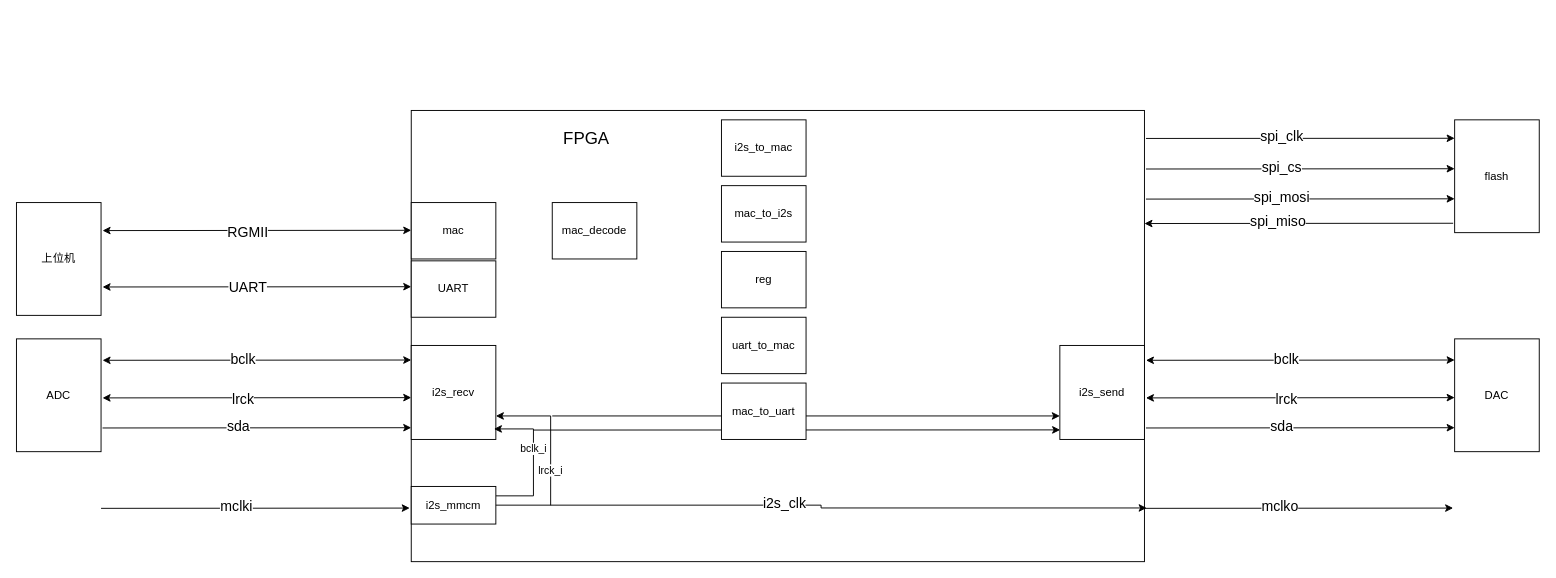
The draw.io diagram page "数据流" (5 of 5) of Audio-Ethernet.drawio in gdhzyz/draws, before the edit. Source tidied: cells renumbered, new cells numbered last; positions are measured from the earlier drawing's top-left corner, leaving out a move shared by most shapes. Both pictures are drawn from the tidied source at 94%, with x=0, y=0 at pixel (16, 110).
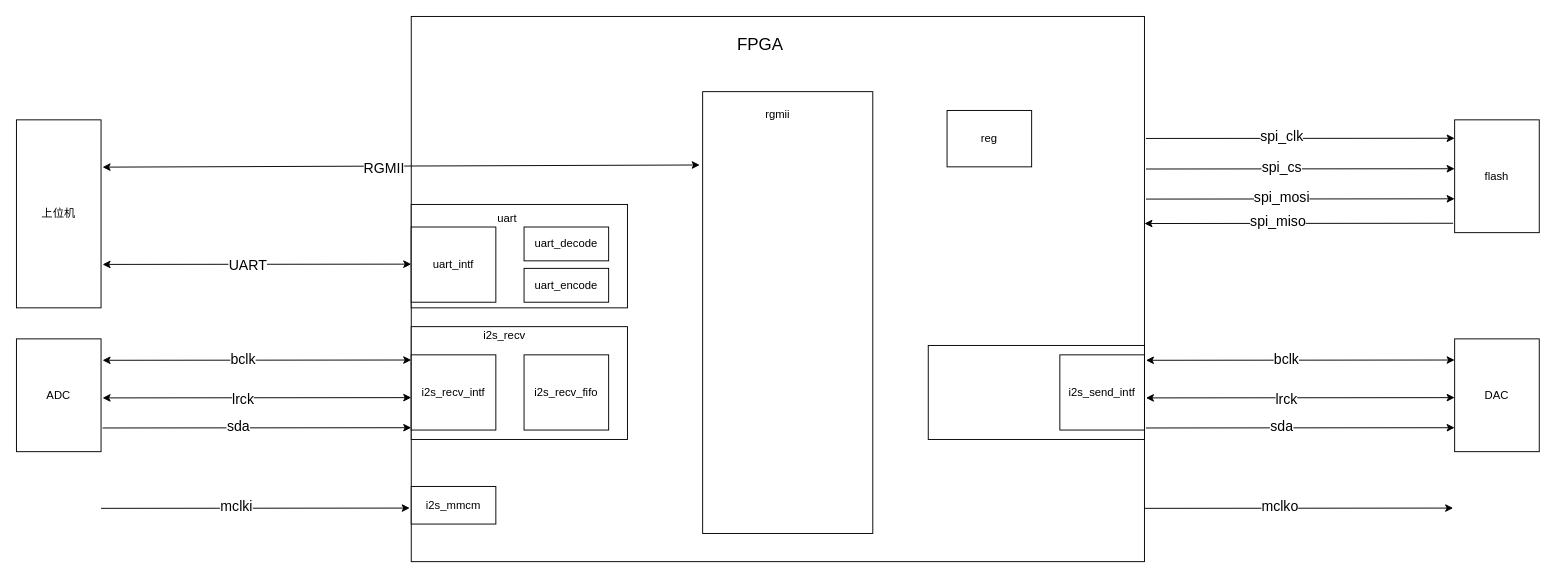
The same page after the edit.

Unchanged cells that the change refers to:
```xml
<mxCell id="23" value="i2s_mmcm" style="rounded=0;whiteSpace=wrap;html=1;" parent="1" vertex="1">
  <mxGeometry x="420" y="400" width="90" height="40" as="geometry" />
</mxCell>
```

The edit, as a diff of the source:
```diff
@@
     <mxCell id="2" value="上位机" style="rounded=0;whiteSpace=wrap;html=1;" parent="1" vertex="1">
-      <mxGeometry y="98" width="90" height="120" as="geometry" />
+      <mxGeometry y="10" width="90" height="200" as="geometry" />
     </mxCell>
     <mxCell id="3" style="rounded=0;whiteSpace=wrap;html=1;" parent="1" vertex="1">
-      <mxGeometry x="420" width="780" height="480" as="geometry" />
+      <mxGeometry x="420" y="-100" width="780" height="580" as="geometry" />
     </mxCell>
     <mxCell id="4" value="&lt;span style=&quot;font-size: 18px; background-color: initial;&quot;&gt;FPGA&lt;/span&gt;" style="text;strokeColor=none;align=left;fillColor=none;html=1;verticalAlign=middle;whiteSpace=wrap;rounded=0;imageAspect=1;imageAlign=left;" parent="1" vertex="1">
-      <mxGeometry x="580" width="60" height="60" as="geometry" />
+      <mxGeometry x="765" y="-100" width="60" height="60" as="geometry" />
     </mxCell>
@@
-    <mxCell id="12" style="endArrow=classic;html=1;rounded=0;entryX=-0.006;entryY=0.511;entryDx=0;entryDy=0;entryPerimeter=0;startArrow=classic;startFill=1;" parent="1" edge="1">
+    <mxCell id="12" style="endArrow=classic;html=1;rounded=0;entryX=-0.017;entryY=0.166;entryDx=0;entryDy=0;entryPerimeter=0;startArrow=classic;startFill=1;" parent="1" edge="1" target="18">
       <mxGeometry relative="1" as="geometry">
-        <mxPoint x="91.6" y="127.8" as="sourcePoint" />
-        <mxPoint x="420" y="127.5" as="targetPoint" />
+        <mxPoint x="91.6" y="60.3" as="sourcePoint" />
       </mxGeometry>
     </mxCell>
@@
     <mxCell id="14" style="endArrow=classic;html=1;rounded=0;entryX=-0.006;entryY=0.511;entryDx=0;entryDy=0;entryPerimeter=0;startArrow=classic;startFill=1;fontSize=15;" parent="1" edge="1">
       <mxGeometry relative="1" as="geometry">
-        <mxPoint x="91.6" y="187.8" as="sourcePoint" />
-        <mxPoint x="420" y="187.5" as="targetPoint" />
+        <mxPoint x="91.6" y="163.8" as="sourcePoint" />
+        <mxPoint x="420" y="163.5" as="targetPoint" />
       </mxGeometry>
     </mxCell>
@@
-    <mxCell id="18" value="mac" style="rounded=0;whiteSpace=wrap;html=1;" parent="1" vertex="1">
-      <mxGeometry x="420" y="98" width="90" height="60" as="geometry" />
+    <mxCell id="18" style="rounded=0;whiteSpace=wrap;html=1;" parent="1" vertex="1">
+      <mxGeometry x="730" y="-20" width="181" height="470" as="geometry" />
     </mxCell>
-    <mxCell id="19" value="UART" style="rounded=0;whiteSpace=wrap;html=1;" parent="1" vertex="1">
-      <mxGeometry x="420" y="160" width="90" height="60" as="geometry" />
+    <mxCell id="19" style="rounded=0;whiteSpace=wrap;html=1;" parent="1" vertex="1">
+      <mxGeometry x="420" y="100" width="230" height="110" as="geometry" />
     </mxCell>
-    <mxCell id="20" value="i2s_recv" style="rounded=0;whiteSpace=wrap;html=1;" parent="1" vertex="1">
-      <mxGeometry x="420" y="250" width="90" height="100" as="geometry" />
+    <mxCell id="20" style="rounded=0;whiteSpace=wrap;html=1;" parent="1" vertex="1">
+      <mxGeometry x="420" y="230" width="230" height="120" as="geometry" />
     </mxCell>
-    <mxCell id="21" style="edgeStyle=elbowEdgeStyle;rounded=0;jettySize=auto;html=1;exitX=1;exitY=0.25;exitDx=0;exitDy=0;entryX=0.977;entryY=0.888;entryDx=0;entryDy=0;entryPerimeter=0;" parent="1" edge="1" source="23" target="20">
-      <mxGeometry relative="1" as="geometry">
-        <Array as="points">
-          <mxPoint x="550" y="380" />
-        </Array>
-      </mxGeometry>
-    </mxCell>
-    <mxCell id="22" value="bclk_i" style="edgeLabel;html=1;align=center;verticalAlign=middle;" parent="21" vertex="1">
-      <mxGeometry x="0.19" y="1" relative="1" as="geometry" />
-    </mxCell>
@@
-    <mxCell id="42" style="endArrow=classic;html=1;rounded=0;entryX=1.003;entryY=0.881;entryDx=0;entryDy=0;entryPerimeter=0;edgeStyle=elbowEdgeStyle;" parent="1" edge="1" target="3">
-      <mxGeometry relative="1" as="geometry">
-        <mxPoint x="510" y="419.9" as="sourcePoint" />
-      </mxGeometry>
-    </mxCell>
-    <mxCell id="43" value="i2s_clk" style="edgeLabel;html=1;align=center;verticalAlign=middle;fontSize=15;" parent="42" vertex="1">
-      <mxGeometry x="-0.12" y="3" relative="1" as="geometry" />
-    </mxCell>
-    <mxCell id="44" style="edgeStyle=elbowEdgeStyle;rounded=0;jettySize=auto;html=1;entryX=1;entryY=0.75;entryDx=0;entryDy=0;" parent="1" edge="1" target="20">
-      <mxGeometry relative="1" as="geometry">
-        <mxPoint x="568.3" y="420" as="sourcePoint" />
-        <Array as="points">
-          <mxPoint x="568.3" y="370" />
-        </Array>
-      </mxGeometry>
-    </mxCell>
-    <mxCell id="45" value="lrck_i" style="edgeLabel;html=1;align=center;verticalAlign=middle;" parent="44" vertex="1">
-      <mxGeometry x="-0.51" y="1" relative="1" as="geometry" />
-    </mxCell>
-    <mxCell id="46" value="i2s_send" style="rounded=0;whiteSpace=wrap;html=1;" parent="1" vertex="1">
-      <mxGeometry x="1110" y="250" width="90" height="100" as="geometry" />
+    <mxCell id="46" style="rounded=0;whiteSpace=wrap;html=1;" parent="1" vertex="1">
+      <mxGeometry x="970" y="250" width="230" height="100" as="geometry" />
     </mxCell>
-    <mxCell id="47" style="edgeStyle=none;jettySize=auto;html=1;rounded=0;entryX=0.885;entryY=0.708;entryDx=0;entryDy=0;entryPerimeter=0;" parent="1" edge="1" target="3">
-      <mxGeometry relative="1" as="geometry">
-        <mxPoint x="550" y="340" as="sourcePoint" />
-      </mxGeometry>
-    </mxCell>
-    <mxCell id="48" style="edgeStyle=none;jettySize=auto;html=1;rounded=0;entryX=0;entryY=0.75;entryDx=0;entryDy=0;" parent="1" edge="1" target="46">
-      <mxGeometry relative="1" as="geometry">
-        <mxPoint x="570" y="325" as="sourcePoint" />
-      </mxGeometry>
-    </mxCell>
-    <mxCell id="49" value="i2s_to_mac" style="rounded=0;whiteSpace=wrap;html=1;" parent="1" vertex="1">
-      <mxGeometry x="750" y="10" width="90" height="60" as="geometry" />
-    </mxCell>
-    <mxCell id="50" value="mac_to_i2s" style="rounded=0;whiteSpace=wrap;html=1;" parent="1" vertex="1">
-      <mxGeometry x="750" y="80" width="90" height="60" as="geometry" />
-    </mxCell>
     <mxCell id="51" value="reg" style="rounded=0;whiteSpace=wrap;html=1;" parent="1" vertex="1">
-      <mxGeometry x="750" y="150" width="90" height="60" as="geometry" />
+      <mxGeometry x="990" width="90" height="60" as="geometry" />
     </mxCell>
-    <mxCell id="52" value="uart_to_mac" style="rounded=0;whiteSpace=wrap;html=1;" parent="1" vertex="1">
-      <mxGeometry x="750" y="220" width="90" height="60" as="geometry" />
-    </mxCell>
-    <mxCell id="53" value="mac_to_uart" style="rounded=0;whiteSpace=wrap;html=1;" parent="1" vertex="1">
-      <mxGeometry x="750" y="290" width="90" height="60" as="geometry" />
-    </mxCell>
-    <mxCell id="54" value="mac_decode" style="rounded=0;whiteSpace=wrap;html=1;" parent="1" vertex="1">
-      <mxGeometry x="570" y="98" width="90" height="60" as="geometry" />
-    </mxCell>
+    <mxCell id="55" value="i2s_recv_intf" style="rounded=0;whiteSpace=wrap;html=1;" parent="1" vertex="1">
+      <mxGeometry x="420" y="260" width="90" height="80" as="geometry" />
+    </mxCell>
+    <mxCell id="56" value="i2s_recv_fifo" style="rounded=0;whiteSpace=wrap;html=1;" parent="1" vertex="1">
+      <mxGeometry x="540" y="260" width="90" height="80" as="geometry" />
+    </mxCell>
+    <mxCell id="57" value="i2s_recv" style="text;strokeColor=none;align=left;fillColor=none;html=1;verticalAlign=middle;whiteSpace=wrap;rounded=0;imageAspect=1;imageAlign=left;" parent="1" vertex="1">
+      <mxGeometry x="495" y="210" width="60" height="60" as="geometry" />
+    </mxCell>
+    <mxCell id="58" value="uart_intf" style="rounded=0;whiteSpace=wrap;html=1;" parent="1" vertex="1">
+      <mxGeometry x="420" y="124" width="90" height="80" as="geometry" />
+    </mxCell>
+    <mxCell id="59" value="uart_decode" style="rounded=0;whiteSpace=wrap;html=1;" parent="1" vertex="1">
+      <mxGeometry x="540" y="124" width="90" height="36" as="geometry" />
+    </mxCell>
+    <mxCell id="60" value="uart" style="text;strokeColor=none;align=left;fillColor=none;html=1;verticalAlign=middle;whiteSpace=wrap;rounded=0;imageAspect=1;imageAlign=left;" parent="1" vertex="1">
+      <mxGeometry x="510" y="100" width="30" height="30" as="geometry" />
+    </mxCell>
+    <mxCell id="61" value="rgmii" style="text;strokeColor=none;align=left;fillColor=none;html=1;verticalAlign=middle;whiteSpace=wrap;rounded=0;imageAspect=1;imageAlign=left;" parent="1" vertex="1">
+      <mxGeometry x="795" y="-10" width="30" height="30" as="geometry" />
+    </mxCell>
+    <mxCell id="62" value="i2s_send_intf" style="rounded=0;whiteSpace=wrap;html=1;" parent="1" vertex="1">
+      <mxGeometry x="1110" y="260" width="90" height="80" as="geometry" />
+    </mxCell>
+    <mxCell id="63" value="uart_encode" style="rounded=0;whiteSpace=wrap;html=1;" parent="1" vertex="1">
+      <mxGeometry x="540" y="168" width="90" height="36" as="geometry" />
+    </mxCell>
```
